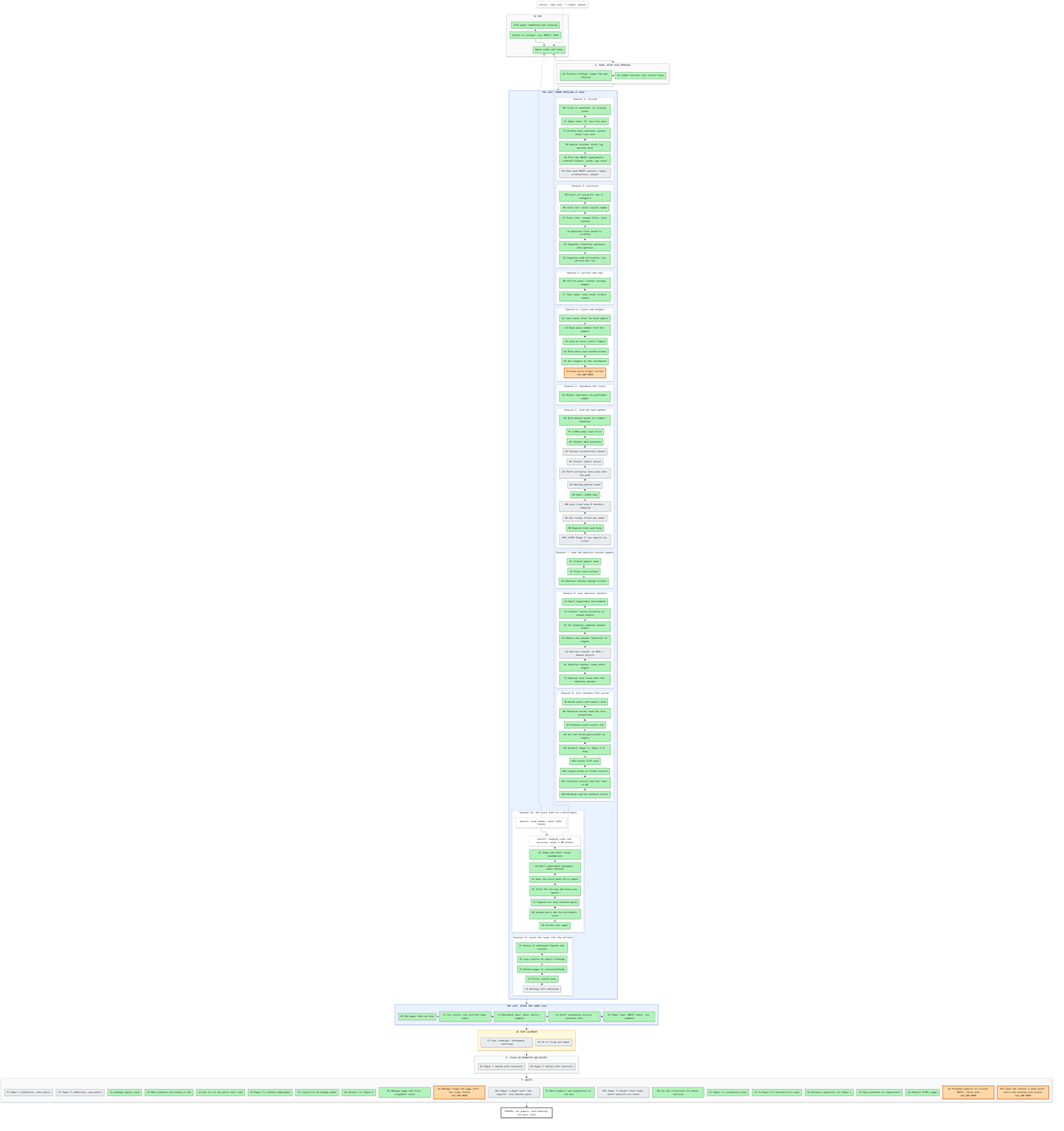
Earlier version of the Mermaid export artifacts/notes/progress/map.png (mo-rsa24/concept-composition). Its source is kept beside it as artifacts/notes/progress/map.mmd. Source of this version:
```mermaid
%%{init: {'theme': 'base', 'themeVariables': {'fontFamily': 'monospace', 'primaryColor': '#ffffff', 'primaryBorderColor': '#222222', 'primaryTextColor': '#111111', 'lineColor': '#222222'}, 'flowchart': {'nodeSpacing': 18, 'rankSpacing': 28}}}%%
flowchart TB
  classDef done fill:#b2f2bb,stroke:#2b8a3e,color:#111111
  classDef doing fill:#ffd8a8,stroke:#e8590c,stroke-width:3px,color:#111111
  classDef todo fill:#e9ecef,stroke:#868e96,color:#111111
  classDef detour fill:#ffffff,stroke:#868e96,stroke-dasharray:5 5,color:#111111
  classDef goal fill:#ffffff,stroke:#222222,stroke-width:3px,color:#111111
  subgraph S0["SO FAR"]
    direction LR
    P0["ICLR paper submitted and reviewed"]:::done --> P1["Proofs of concept: toy, MNIST, SDXL"]:::done --> P2["Agree order and lanes"]:::done
  end
  subgraph SA["A. SAVE, WITH YOUR APPROVAL"]
    direction LR
    A1["A1 Protect writing/: paper has git history"]:::done --> A2["A2 Commit batches: git status clean"]:::done
  end
  subgraph LOOP["THE LOOP: THREE SESSIONS AT ONCE"]
    direction LR
    subgraph L1["Session 1: records"]
      direction TB
      B1["B1 Close 11 sessions: 11 closing notes"]:::done --> T1["T1 Index other 73: one line each"]:::done --> T2["T2 Archive safe sessions: picker shows live work"]:::done --> B2["B2 Absorb records: drift log matches disk"]:::done --> R1["R1 File the MNIST experiments: ordered folders, cards, eye count"]:::done --> R2["R2 Draw each MNIST network: input, architecture, output"]:::todo
    end
    subgraph L2["Session 2: artifacts"]
      direction TB
      B3["B3 Drain all projects: new 0, changed 0"]:::done --> B4["B4 Void list: false results named"]:::done --> T3["T3 Prune list: unused files, with reasons"]:::done --> T4["T4 Approved files moved to _archive/"]:::done --> O1["O1 Organise classifier guidance and captions"]:::done --> O2["O2 Organise LoRA correction: one picture per run"]:::done
    end
    subgraph L3["Session 3: pillars and repo"]
      direction TB
      B5["B5 Pillars pass; cluster storage mapped"]:::done --> T5["T5 Tidy repos: only known folders remain"]:::done
    end
    subgraph L4["Session 4: rivals and targets"]
      direction TB
      K1["K1 List every rival for both papers"]:::done --> K2["K2 Read every number from the papers"]:::done --> K3["K3 Look at every result figure"]:::done --> K4["K4 Find where each method breaks"]:::done --> K5["K5 Set targets on the scoreboard"]:::done --> K6["K6 Keep every target current<br/>YOU ARE HERE"]:::doing
    end
    subgraph L5["Session 5: reproduce the rivals"]
      direction TB
      D2["D2 Rivals reproduce one published number"]:::done
    end
    subgraph L6["Session 6: find the best method"]
      direction TB
      M1["M1 Each method beats its simple baseline"]:::done --> M7["M7 CLEVR paste test first"]:::done --> M5["M5 Checker data balanced"]:::done --> D3["D3 Checker architecture chosen"]:::todo --> M2["M2 Checker labels chosen"]:::todo --> D5["D5 Short inclusive fine-tune with the push"]:::todo --> M3["M3 Winning method tuned"]:::todo --> M6["M6 Small CLEVR test"]:::done --> M8["M8 Loop 6 and Loop 8 checkers compared"]:::todo --> M4["M4 One recipe frozen per paper"]:::todo --> M9["M9 Regions bind each body"]:::done --> M10["M10 CLEVR Stage 2: two experts by colour"]:::todo
    end
    subgraph L7["Session 7: read the abstract-checker papers"]
      direction TB
      U1["U1 Closest papers read"]:::done --> U2["U2 Score view written"]:::done --> U3["U3 Abstract-checker design written"]:::done
    end
    subgraph L8["Session 8: test abstract checkers"]
      direction TB
      V1["V1 Small repeatable environment"]:::done --> V2["V2 Checker learns plurality on unseen digits"]:::done --> V3["V3 Its gradient composes unseen digits"]:::done --> V5["V5 Remove-one-checker rehearsal on digits"]:::done --> V4["V4 Abstract checker on SDXL's unseen objects"]:::todo --> V6["V6 Identity checker reads which digits"]:::done --> V7["V7 Removal test rerun with the identity checker"]:::done
    end
    subgraph L9["Session 9: turn concepts into scores"]
      direction TB
      W1["W1 Noise-aware text papers read"]:::done --> W2["W2 Sentence scores read the five properties"]:::done --> W3["W3 Sentence score steers CO3"]:::done --> W4["W4 Our own noise-aware model on digits"]:::done --> W5["W5 Verdict: Paper 2, Paper 3 or drop"]:::done --> W1b["W1b Latent CLIP read"]:::done --> W2b["W2b Linear probe on frozen vectors"]:::done --> W2c["W2c Positive control and fair test of W2"]:::done --> W2d["W2d Binding read by sentence scores"]:::done
    end
    subgraph L10["Session 10: the score path as a third space"]
      direction TB
      X1["X1 Score-path papers read"]:::done --> X2["X2 Running loops described side by side"]:::done --> X3["X3 Ideas and their wrong assumptions"]:::done --> X4["X4 Small experiment designed, owner checked"]:::done --> X5["X5 Does the score path carry signal"]:::done --> X6["X6 Train the two-way and three-way spaces"]:::done --> X7["X7 Figures for each trained space"]:::done --> X8["X8 Unseen pairs and the arithmetic tests"]:::done --> X9["X9 Verdict per paper"]:::done
    end
    subgraph L11["Session 11: drain the loops into the pillars"]
      direction TB
      Y1["Y1 Census of undrained figures and results"]:::done --> Y2["Y2 Loop results on report findings"]:::done --> Y3["Y3 Method pages in context/methods"]:::done --> Y4["Y4 Pillar checks pass"]:::done --> Y5["Y5 Nothing left undrained"]:::todo
    end
  end
  subgraph JOIN["THE LOOP, AFTER THE LANES JOIN"]
    direction LR
    B6["B6 One page: what we know"]:::done --> C1["C1 Two scouts: one verified idea table"]:::done --> C3["C3 Benchmark spec: data, metric, samples"]:::done --> C4["C4 Draft statements survive pressure test"]:::done --> D1["D1 Paper repo: MNIST table, one command"]:::done
  end
  subgraph CAL["ON YOUR CALENDAR"]
    direction LR
    C2["C2 Your readings: statements confirmed"]:::todo ~~~ D4["D4 Go or no-go per paper"]:::todo
  end
  subgraph SE["E. SCALE ON BIGBATCH AND BIGGPU"]
    direction LR
    E1["E1 Paper 1 tables with intervals"]:::todo ~~~ E2["E2 Paper 2 tables with intervals"]:::todo
  end
  subgraph SF["F. WRITE"]
    direction LR
    F1["F1 Paper 1 submitted, code public"]:::todo ~~~ F2["F2 Paper 2 submitted, code public"]:::todo ~~~ Z1["Z1 Leakage papers read"]:::done ~~~ Z2["Z2 What predicts borrowing on CO3"]:::done ~~~ Z3["Z3 One fix on the pairs that leak"]:::done ~~~ Z4["Z4 Paper 2's method redesigned"]:::done ~~~ Z5["Z5 Loops 8 to 10 design audit"]:::done ~~~ Z6["Z6 Verdict for Paper 2"]:::done ~~~ N1["N1 Manager page and first alignment round"]:::done ~~~ N2["N2 Manager keeps the page until the loops finish<br/>YOU ARE HERE"]:::doing ~~~ M11["M11 Paper 1 digit test: the experts' vote beside paste"]:::todo ~~~ Z7["Z7 Each animal's own prediction in its box"]:::done ~~~ M12["M12 Paper 2 checker that reads which subjects are drawn"]:::todo ~~~ Z8["Z8 Can the correction fix known failures"]:::done ~~~ K7["K7 Paper 1's evaluation plan"]:::done ~~~ G1["G1 Is Paper 2's problem still open"]:::done ~~~ G2["G2 Reviewer questions for Paper 1"]:::done ~~~ G3["G3 Open problems in composition"]:::done ~~~ G4["G4 Exploit DCFM's gaps"]:::done ~~~ Z9["Z9 Finished experts on Colored MNIST, three arms<br/>YOU ARE HERE"]:::doing ~~~ M13["M13 Does the checker's push point where the missing term points<br/>YOU ARE HERE"]:::doing
  end
  GOAL["FINISH: two papers, each beating its best rival"]:::goal
  X0["Detour: idea walk, 7 claims, paused"]:::detour -.-> P2
  X1["Detour: zoom-ladder, about 430k tokens"]:::detour -.-> P2
  X2["Detour: reading route and pictures, about 1.8M tokens"]:::detour -.-> P2
  L1 ~~~ L2 ~~~ L3 ~~~ L4 ~~~ L5 ~~~ L6 ~~~ L7 ~~~ L8 ~~~ L9 ~~~ L10 ~~~ L11
  S0 --> SA --> LOOP --> JOIN --> CAL --> SE --> SF --> GOAL
  style S0 fill:#fafafa,stroke:#adb5bd
  style SA fill:#fafafa,stroke:#adb5bd
  style LOOP fill:#eaf1ff,stroke:#a8c7fa,stroke-width:3px
  style L1 fill:#ffffff,stroke:#a8c7fa
  style L2 fill:#ffffff,stroke:#a8c7fa
  style L3 fill:#ffffff,stroke:#a8c7fa
  style L4 fill:#ffffff,stroke:#a8c7fa
  style L5 fill:#ffffff,stroke:#a8c7fa
  style L6 fill:#ffffff,stroke:#a8c7fa
  style L7 fill:#ffffff,stroke:#a8c7fa
  style L8 fill:#ffffff,stroke:#a8c7fa
  style L9 fill:#ffffff,stroke:#a8c7fa
  style L10 fill:#ffffff,stroke:#a8c7fa
  style L11 fill:#ffffff,stroke:#a8c7fa
  style JOIN fill:#eaf1ff,stroke:#a8c7fa,stroke-width:3px
  style CAL fill:#fff9db,stroke:#f08c00
  style SE fill:#fafafa,stroke:#adb5bd
  style SF fill:#fafafa,stroke:#adb5bd
```
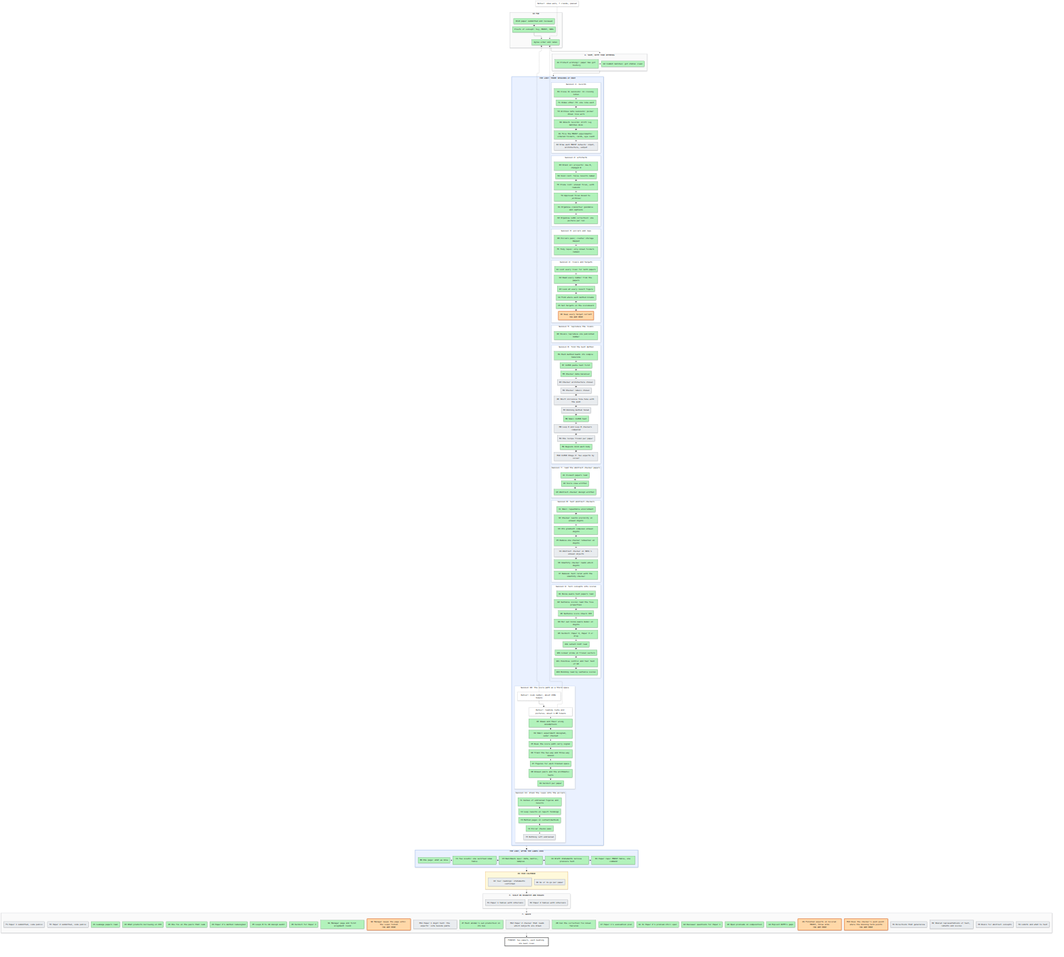
After the change.

Commit message:
Loop 15: directions that generalise and dials for abstract concepts

Diff of the diagram source:
```diff
@@ -74,7 +74,7 @@
   end
   subgraph SF["F. WRITE"]
     direction LR
-    F1["F1 Paper 1 submitted, code public"]:::todo ~~~ F2["F2 Paper 2 submitted, code public"]:::todo ~~~ Z1["Z1 Leakage papers read"]:::done ~~~ Z2["Z2 What predicts borrowing on CO3"]:::done ~~~ Z3["Z3 One fix on the pairs that leak"]:::done ~~~ Z4["Z4 Paper 2's method redesigned"]:::done ~~~ Z5["Z5 Loops 8 to 10 design audit"]:::done ~~~ Z6["Z6 Verdict for Paper 2"]:::done ~~~ N1["N1 Manager page and first alignment round"]:::done ~~~ N2["N2 Manager keeps the page until the loops finish<br/>YOU ARE HERE"]:::doing ~~~ M11["M11 Paper 1 digit test: the experts' vote beside paste"]:::todo ~~~ Z7["Z7 Each animal's own prediction in its box"]:::done ~~~ M12["M12 Paper 2 checker that reads which subjects are drawn"]:::todo ~~~ Z8["Z8 Can the correction fix known failures"]:::done ~~~ K7["K7 Paper 1's evaluation plan"]:::done ~~~ G1["G1 Is Paper 2's problem still open"]:::done ~~~ G2["G2 Reviewer questions for Paper 1"]:::done ~~~ G3["G3 Open problems in composition"]:::done ~~~ G4["G4 Exploit DCFM's gaps"]:::done ~~~ Z9["Z9 Finished experts on Colored MNIST, three arms<br/>YOU ARE HERE"]:::doing ~~~ M13["M13 Does the checker's push point where the missing term points<br/>YOU ARE HERE"]:::doing
+    F1["F1 Paper 1 submitted, code public"]:::todo ~~~ F2["F2 Paper 2 submitted, code public"]:::todo ~~~ Z1["Z1 Leakage papers read"]:::done ~~~ Z2["Z2 What predicts borrowing on CO3"]:::done ~~~ Z3["Z3 One fix on the pairs that leak"]:::done ~~~ Z4["Z4 Paper 2's method redesigned"]:::done ~~~ Z5["Z5 Loops 8 to 10 design audit"]:::done ~~~ Z6["Z6 Verdict for Paper 2"]:::done ~~~ N1["N1 Manager page and first alignment round"]:::done ~~~ N2["N2 Manager keeps the page until the loops finish<br/>YOU ARE HERE"]:::doing ~~~ M11["M11 Paper 1 digit test: the experts' vote beside paste"]:::todo ~~~ Z7["Z7 Each animal's own prediction in its box"]:::done ~~~ M12["M12 Paper 2 checker that reads which subjects are drawn"]:::todo ~~~ Z8["Z8 Can the correction fix known failures"]:::done ~~~ K7["K7 Paper 1's evaluation plan"]:::done ~~~ G1["G1 Is Paper 2's problem still open"]:::done ~~~ G2["G2 Reviewer questions for Paper 1"]:::done ~~~ G3["G3 Open problems in composition"]:::done ~~~ G4["G4 Exploit DCFM's gaps"]:::done ~~~ Z9["Z9 Finished experts on Colored MNIST, three arms<br/>YOU ARE HERE"]:::doing ~~~ M13["M13 Does the checker's push point where the missing term points<br/>YOU ARE HERE"]:::doing ~~~ H1["H1 Directions that generalise"]:::todo ~~~ H2["H2 Shared representations of text, latents and scores"]:::todo ~~~ H3["H3 Dials for abstract concepts"]:::todo ~~~ H4["H4 Limits and what to test"]:::todo
   end
   GOAL["FINISH: two papers, each beating its best rival"]:::goal
   X0["Detour: idea walk, 7 claims, paused"]:::detour -.-> P2
```
